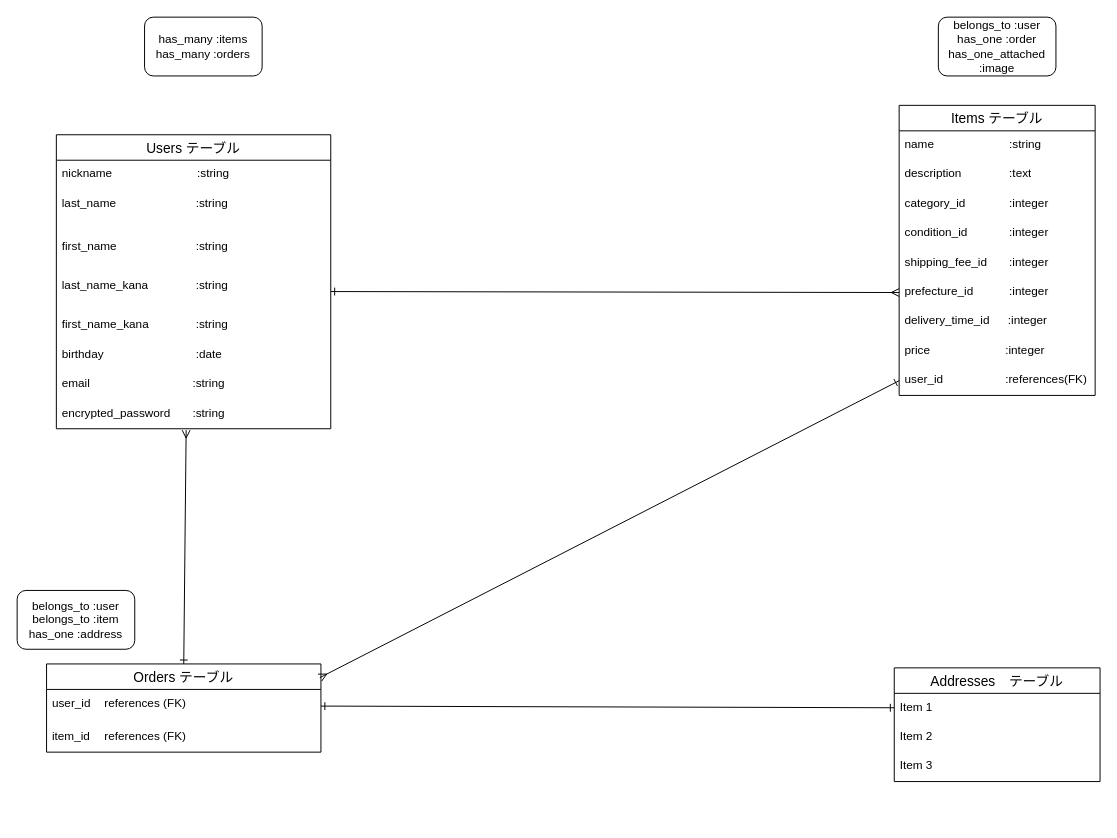
Before: test.dio in Kei-bigginer/furima-42272, a draw.io diagram. Source tidied: cells renumbered, new cells numbered last; positions are measured from the earlier drawing's top-left corner, leaving out a move shared by most shapes. Both pictures are drawn from the tidied source at 98%, with x=0, y=0 at pixel (17, 17).
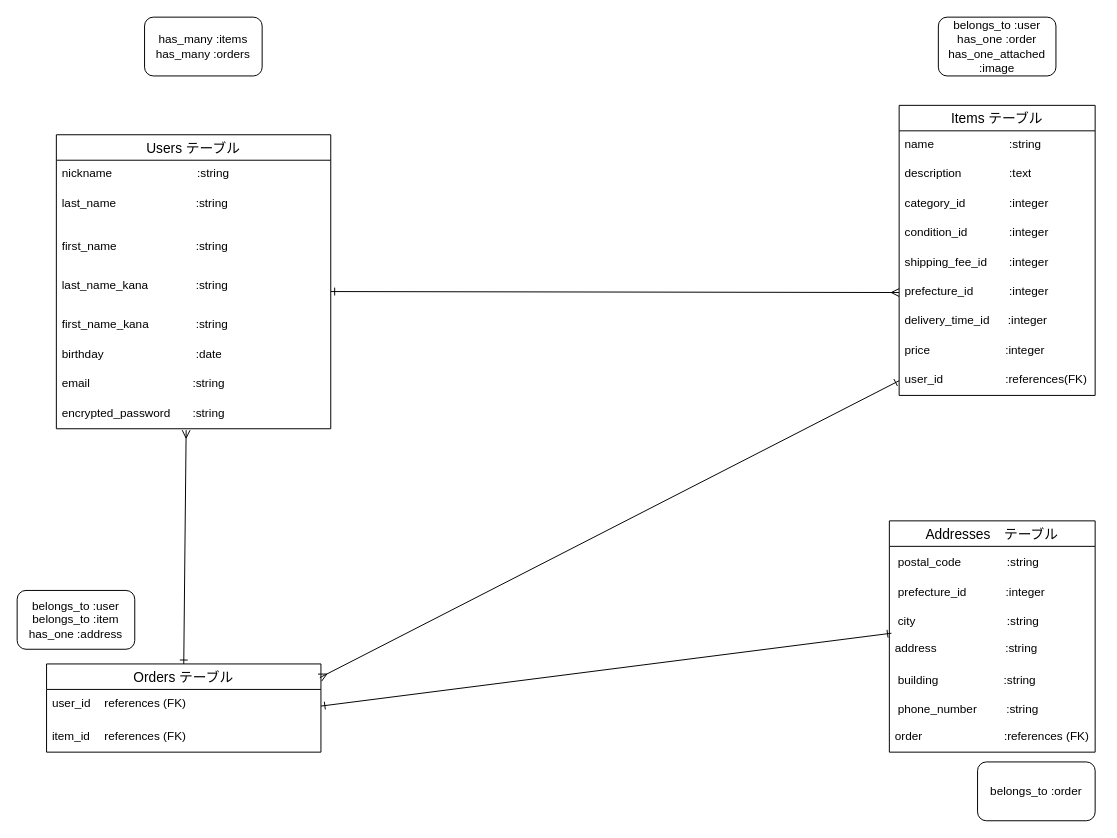
The same diagram, later.

Commit message (it also covers changes not shown here):
データベース設計　修正①

Unchanged cells that the change refers to:
```xml
<mxCell id="22" value="&lt;font color=&quot;#000000&quot;&gt;user_id&lt;span style=&quot;white-space:pre&quot;&gt;&#9;&lt;/span&gt;references (FK)&lt;/font&gt;" style="text;strokeColor=none;fillColor=none;spacingLeft=4;spacingRight=4;overflow=hidden;points=[[0,0.5],[1,0.5]];portConstraint=eastwest;fontSize=12;whiteSpace=wrap;html=1;rounded=0;" parent="21" vertex="1">
  <mxGeometry y="26" width="280" height="34" as="geometry" />
</mxCell>
```

What changed in the source:
```diff
@@
     <mxCell id="24" value="Addresses　テーブル" style="swimlane;fontStyle=0;horizontal=1;startSize=26;align=center;fontSize=14;rounded=0;" parent="1" vertex="1">
-      <mxGeometry x="895" y="664" width="210" height="116" as="geometry" />
+      <mxGeometry x="890" y="514" width="210" height="236" as="geometry" />
     </mxCell>
-    <mxCell id="25" value="Item 1" style="text;strokeColor=none;fillColor=none;spacingLeft=4;spacingRight=4;overflow=hidden;points=[[0,0.5],[1,0.5]];portConstraint=eastwest;fontSize=12;whiteSpace=wrap;html=1;rounded=0;" parent="24" vertex="1">
+    <mxCell id="25" value="&lt;table&gt;&lt;tbody&gt;&lt;tr&gt;&lt;td class=&quot;max-w-[calc(var(--thread-content-max-width)*2/3)]&quot;&gt;postal_code&amp;nbsp; &amp;nbsp; &amp;nbsp; &amp;nbsp; &amp;nbsp; &amp;nbsp; &amp;nbsp; :string&lt;/td&gt;&lt;/tr&gt;&lt;/tbody&gt;&lt;/table&gt;&lt;table&gt;&lt;tbody&gt;&lt;tr&gt;&lt;td class=&quot;max-w-[calc(var(--thread-content-max-width)*2/3)]&quot;&gt;&lt;/td&gt;&lt;/tr&gt;&lt;/tbody&gt;&lt;/table&gt;" style="text;strokeColor=none;fillColor=none;spacingLeft=4;spacingRight=4;overflow=hidden;points=[[0,0.5],[1,0.5]];portConstraint=eastwest;fontSize=12;whiteSpace=wrap;html=1;rounded=0;" parent="24" vertex="1">
       <mxGeometry y="26" width="210" height="30" as="geometry" />
     </mxCell>
-    <mxCell id="26" value="Item 2" style="text;strokeColor=none;fillColor=none;spacingLeft=4;spacingRight=4;overflow=hidden;fontSize=12;whiteSpace=wrap;html=1;rounded=0;" parent="24" vertex="1">
+    <mxCell id="26" value="&lt;table&gt;&lt;tbody&gt;&lt;tr&gt;&lt;td class=&quot;max-w-[calc(var(--thread-content-max-width)*2/3)]&quot;&gt;prefecture_id&amp;nbsp; &amp;nbsp; &amp;nbsp; &amp;nbsp; &amp;nbsp; &amp;nbsp; :integer&lt;/td&gt;&lt;/tr&gt;&lt;/tbody&gt;&lt;/table&gt;&lt;table&gt;&lt;tbody&gt;&lt;tr&gt;&lt;td class=&quot;max-w-[calc(var(--thread-content-max-width)*2/3)]&quot;&gt;&lt;/td&gt;&lt;/tr&gt;&lt;/tbody&gt;&lt;/table&gt;" style="text;strokeColor=none;fillColor=none;spacingLeft=4;spacingRight=4;overflow=hidden;fontSize=12;whiteSpace=wrap;html=1;rounded=0;" parent="24" vertex="1">
       <mxGeometry y="56" width="210" height="30" as="geometry" />
     </mxCell>
-    <mxCell id="27" value="Item 3" style="text;strokeColor=none;fillColor=none;spacingLeft=4;spacingRight=4;overflow=hidden;fontSize=12;whiteSpace=wrap;html=1;rounded=0;" parent="24" vertex="1">
+    <mxCell id="27" value="&lt;table&gt;&lt;tbody&gt;&lt;tr&gt;&lt;td class=&quot;max-w-[calc(var(--thread-content-max-width)*2/3)]&quot;&gt;city&amp;nbsp; &amp;nbsp; &amp;nbsp; &amp;nbsp; &amp;nbsp; &amp;nbsp; &amp;nbsp; &amp;nbsp; &amp;nbsp; &amp;nbsp; &amp;nbsp; &amp;nbsp; &amp;nbsp; &amp;nbsp; :string&lt;/td&gt;&lt;/tr&gt;&lt;/tbody&gt;&lt;/table&gt;&lt;table&gt;&lt;tbody&gt;&lt;tr&gt;&lt;td class=&quot;max-w-[calc(var(--thread-content-max-width)*2/3)]&quot;&gt;&lt;/td&gt;&lt;/tr&gt;&lt;/tbody&gt;&lt;/table&gt;" style="text;strokeColor=none;fillColor=none;spacingLeft=4;spacingRight=4;overflow=hidden;fontSize=12;whiteSpace=wrap;html=1;rounded=0;" parent="24" vertex="1">
       <mxGeometry y="86" width="210" height="30" as="geometry" />
     </mxCell>
+    <mxCell id="35" value="address&amp;nbsp; &amp;nbsp; &amp;nbsp; &amp;nbsp; &amp;nbsp; &amp;nbsp; &amp;nbsp; &amp;nbsp; &amp;nbsp; &amp;nbsp; &amp;nbsp;:string" style="text;strokeColor=none;fillColor=none;spacingLeft=4;spacingRight=4;overflow=hidden;points=[[0,0.5],[1,0.5]];portConstraint=eastwest;fontSize=12;whiteSpace=wrap;html=1;" parent="24" vertex="1">
+      <mxGeometry y="116" width="210" height="30" as="geometry" />
+    </mxCell>
+    <mxCell id="36" value="&lt;table&gt;&lt;tbody&gt;&lt;tr&gt;&lt;td class=&quot;max-w-[calc(var(--thread-content-max-width)*2/3)]&quot;&gt;building&amp;nbsp; &amp;nbsp; &amp;nbsp; &amp;nbsp; &amp;nbsp; &amp;nbsp; &amp;nbsp; &amp;nbsp; &amp;nbsp; &amp;nbsp; :string&lt;/td&gt;&lt;/tr&gt;&lt;/tbody&gt;&lt;/table&gt;&lt;table&gt;&lt;tbody&gt;&lt;tr&gt;&lt;td class=&quot;max-w-[calc(var(--thread-content-max-width)*2/3)]&quot;&gt;&lt;/td&gt;&lt;/tr&gt;&lt;/tbody&gt;&lt;/table&gt;" style="text;strokeColor=none;fillColor=none;spacingLeft=4;spacingRight=4;overflow=hidden;fontSize=12;whiteSpace=wrap;html=1;" parent="24" vertex="1">
+      <mxGeometry y="146" width="210" height="30" as="geometry" />
+    </mxCell>
+    <mxCell id="37" value="&lt;table&gt;&lt;tbody&gt;&lt;tr&gt;&lt;td class=&quot;max-w-[calc(var(--thread-content-max-width)*2/3)]&quot;&gt;phone_number&amp;nbsp; &amp;nbsp; &amp;nbsp; &amp;nbsp; &amp;nbsp;:string&lt;/td&gt;&lt;/tr&gt;&lt;/tbody&gt;&lt;/table&gt;&lt;table&gt;&lt;tbody&gt;&lt;tr&gt;&lt;td class=&quot;max-w-[calc(var(--thread-content-max-width)*2/3)]&quot;&gt;&lt;/td&gt;&lt;/tr&gt;&lt;/tbody&gt;&lt;/table&gt;" style="text;strokeColor=none;fillColor=none;spacingLeft=4;spacingRight=4;overflow=hidden;fontSize=12;whiteSpace=wrap;html=1;" parent="24" vertex="1">
+      <mxGeometry y="176" width="210" height="30" as="geometry" />
+    </mxCell>
+    <mxCell id="38" value="order&amp;nbsp; &amp;nbsp; &amp;nbsp; &amp;nbsp; &amp;nbsp; &amp;nbsp; &amp;nbsp; &amp;nbsp; &amp;nbsp; &amp;nbsp; &amp;nbsp; &amp;nbsp; &amp;nbsp;:references (FK)" style="text;strokeColor=none;fillColor=none;spacingLeft=4;spacingRight=4;overflow=hidden;fontSize=12;whiteSpace=wrap;html=1;" parent="24" vertex="1">
+      <mxGeometry y="206" width="210" height="30" as="geometry" />
+    </mxCell>
@@
-    <mxCell id="34" style="edgeStyle=none;html=1;exitX=1;exitY=0.5;exitDx=0;exitDy=0;startArrow=ERone;startFill=0;endArrow=ERone;endFill=0;" parent="1" edge="1" source="22" target="25">
+    <mxCell id="34" style="edgeStyle=none;html=1;exitX=1;exitY=0.5;exitDx=0;exitDy=0;startArrow=ERone;startFill=0;endArrow=ERone;endFill=0;entryX=0.01;entryY=-0.045;entryDx=0;entryDy=0;entryPerimeter=0;" parent="1" edge="1" source="22" target="35">
       <mxGeometry relative="1" as="geometry" />
     </mxCell>
+    <mxCell id="39" value="belongs_to :order" style="rounded=1;whiteSpace=wrap;html=1;" parent="1" vertex="1">
+      <mxGeometry x="980" y="760" width="120" height="60" as="geometry" />
+    </mxCell>
```
